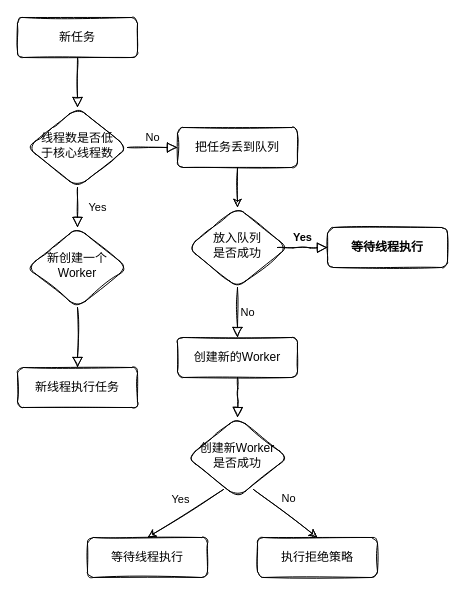
Above: Untitled Diagram.drawio in iam-tin/tin-example-figure (draw.io), before the change. Source tidied: cells renumbered, new cells numbered last; positions are measured from the earlier drawing's top-left corner, leaving out a move shared by most shapes. Both pictures are drawn from the tidied source at 100%, with x=0, y=0 at pixel (17, 17).
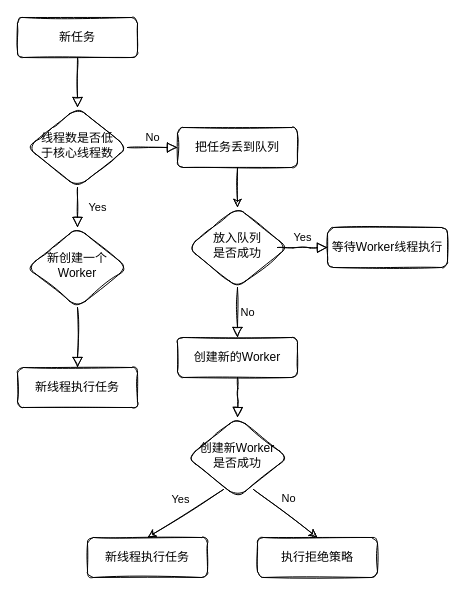
After the change.

Commit message:
修复部分描述错误

Change to the diagram source:
```diff
@@
-    <mxCell id="13" value="Yes" style="edgeStyle=orthogonalEdgeStyle;html=1;jettySize=auto;fontSize=11;endArrow=block;endFill=0;endSize=8;strokeWidth=1;shadow=0;labelBackgroundColor=none;sketch=1;fontStyle=1;" parent="1" edge="1" target="14">
+    <mxCell id="13" value="&lt;span style=&quot;font-weight: normal&quot;&gt;Yes&lt;/span&gt;" style="edgeStyle=orthogonalEdgeStyle;html=1;jettySize=auto;fontSize=11;endArrow=block;endFill=0;endSize=8;strokeWidth=1;shadow=0;labelBackgroundColor=none;sketch=1;fontStyle=1;" parent="1" edge="1" target="14">
       <mxGeometry y="10" relative="1" as="geometry">
         <mxPoint x="260" y="230" as="sourcePoint" />
       </mxGeometry>
     </mxCell>
-    <mxCell id="14" value="等待线程执行" style="whiteSpace=wrap;html=1;fontSize=12;glass=0;strokeWidth=1;shadow=0;sketch=1;rounded=1;fontStyle=1;" parent="1" vertex="1">
+    <mxCell id="14" value="&lt;span style=&quot;font-weight: normal&quot;&gt;等待Worker线程执行&lt;/span&gt;" style="whiteSpace=wrap;html=1;fontSize=12;glass=0;strokeWidth=1;shadow=0;sketch=1;rounded=1;fontStyle=1;" parent="1" vertex="1">
       <mxGeometry x="310" y="210" width="120" height="40" as="geometry" />
     </mxCell>
@@
-    <mxCell id="19" value="等待线程执行" style="whiteSpace=wrap;html=1;fontSize=12;glass=0;strokeWidth=1;shadow=0;sketch=1;rounded=1;" parent="1" vertex="1">
+    <mxCell id="19" value="新线程执行任务" style="whiteSpace=wrap;html=1;fontSize=12;glass=0;strokeWidth=1;shadow=0;sketch=1;rounded=1;" parent="1" vertex="1">
       <mxGeometry x="70" y="520" width="120" height="40" as="geometry" />
     </mxCell>
```
